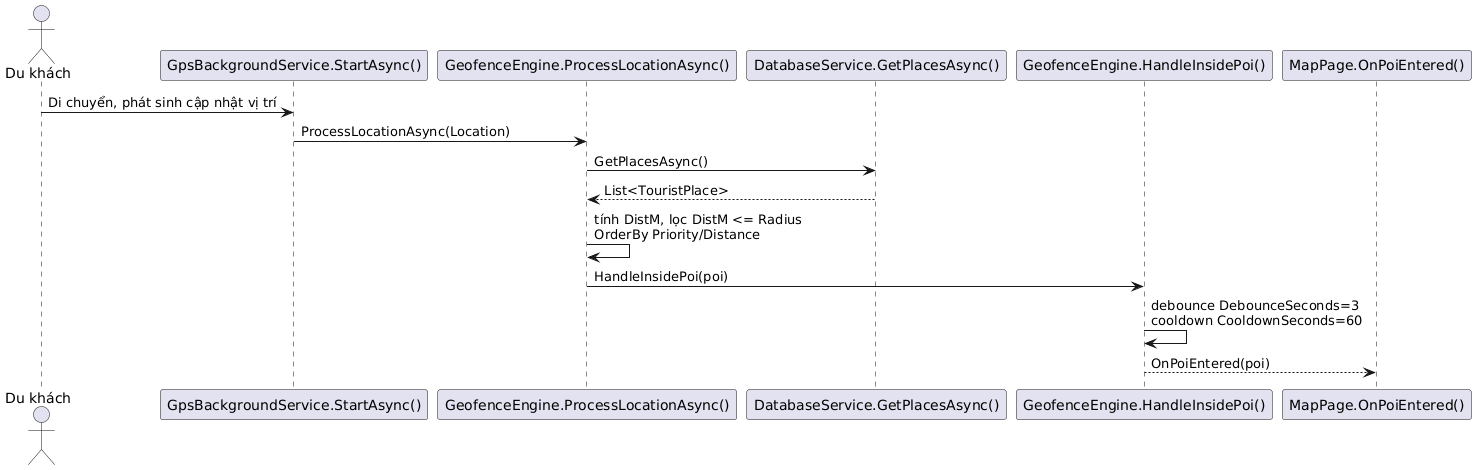
This is Diagrams/SE DuKhach GeofenceEngine.png from hoangtri22/TravelGuide, a PlantUML export, as it was before one commit.
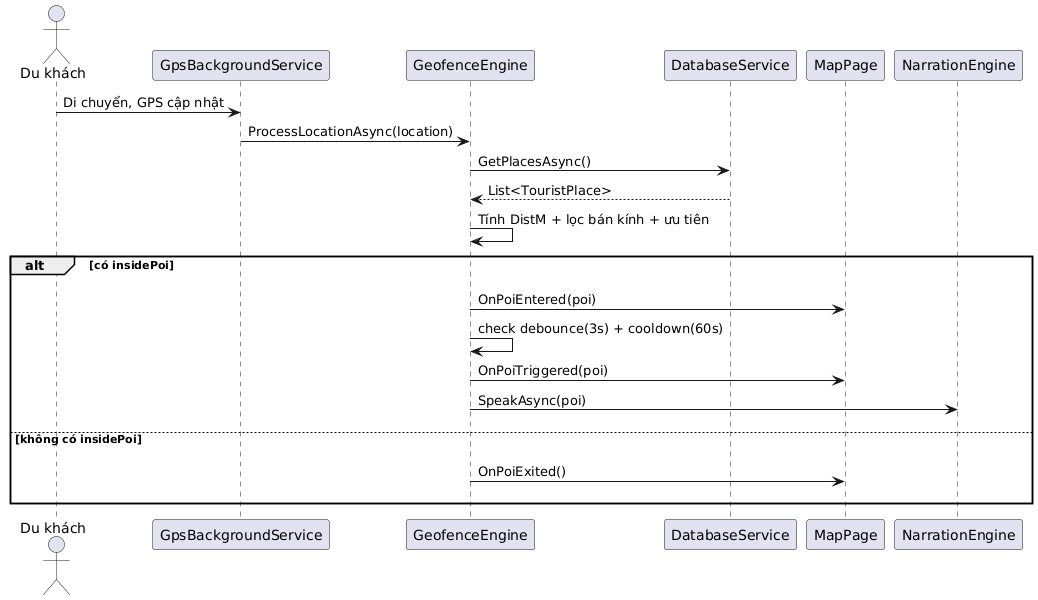
The same file after the commit.

What changed in the source:
```diff
@@ -1,17 +1,25 @@
 @startuml
-actor "Du khách" as USER
-participant "GpsBackgroundService.StartAsync()" as GPS
-participant "GeofenceEngine.ProcessLocationAsync()" as GEO
-participant "DatabaseService.GetPlacesAsync()" as DS
-participant "GeofenceEngine.HandleInsidePoi()" as IN
-participant "MapPage.OnPoiEntered()" as MAP
-
-USER -> GPS: Di chuyển, phát sinh cập nhật vị trí
-GPS -> GEO: ProcessLocationAsync(Location)
-GEO -> DS: GetPlacesAsync()
-DS --> GEO: List<TouristPlace>
-GEO -> GEO: tính DistM, lọc DistM <= Radius\nOrderBy Priority/Distance
-GEO -> IN: HandleInsidePoi(poi)
-IN -> IN: debounce DebounceSeconds=3\ncooldown CooldownSeconds=60
-IN --> MAP: OnPoiEntered(poi)
+actor "Du khách" as U
+participant "GpsBackgroundService" as GPS
+participant "GeofenceEngine" as GEO
+participant "DatabaseService" as DB
+participant "MapPage" as MAP
+participant "NarrationEngine" as NAR
+U -> GPS : Di chuyển, GPS cập nhật
+GPS -> GEO : ProcessLocationAsync(location)
+GEO -> DB : GetPlacesAsync()
+DB --> GEO : List<TouristPlace>
+GEO -> GEO : Tính DistM + lọc bán kính + ưu tiên
+alt có insidePoi
+  U -[hidden]-> NAR
+  GEO -> MAP : OnPoiEntered(poi)
+  GEO -> GEO : check debounce(3s) + cooldown(60s)
+  GEO -> MAP : OnPoiTriggered(poi)
+  GEO -> NAR : SpeakAsync(poi)
+  NAR -[hidden]-> U
+else không có insidePoi
+  U -[hidden]-> NAR
+  GEO -> MAP : OnPoiExited()
+  NAR -[hidden]-> U
+end
 @enduml
```
